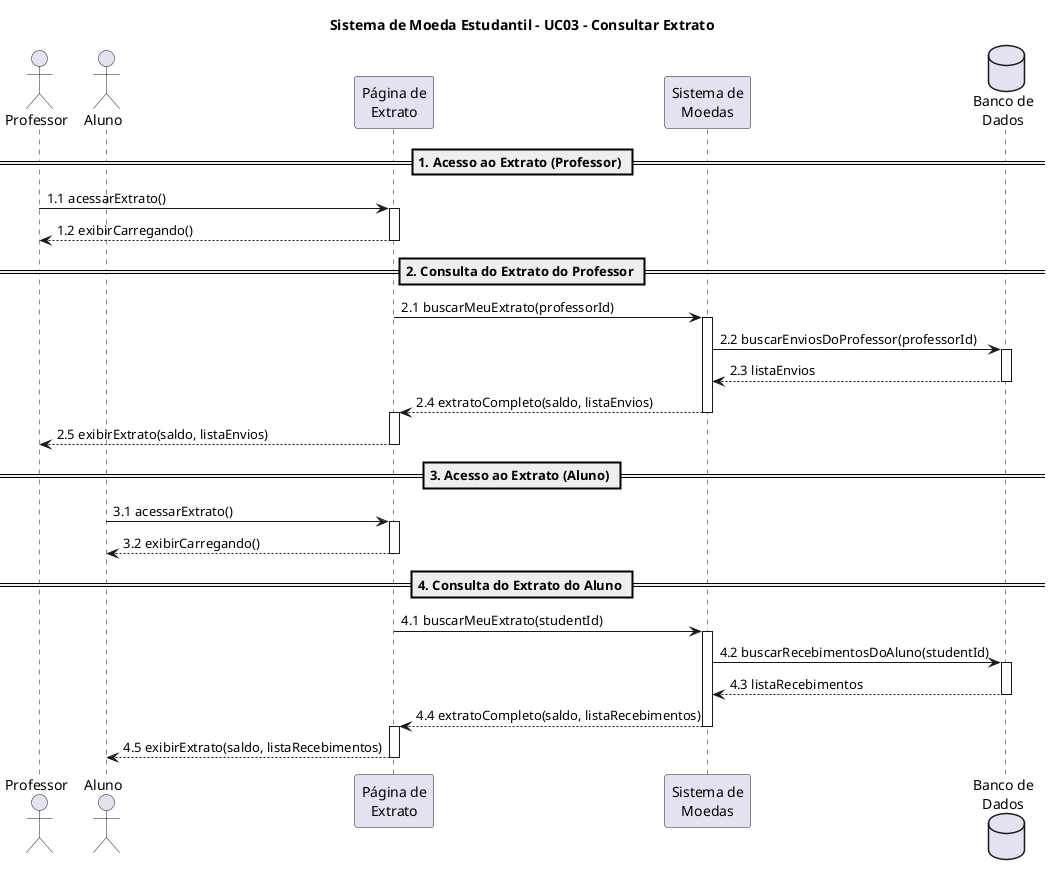
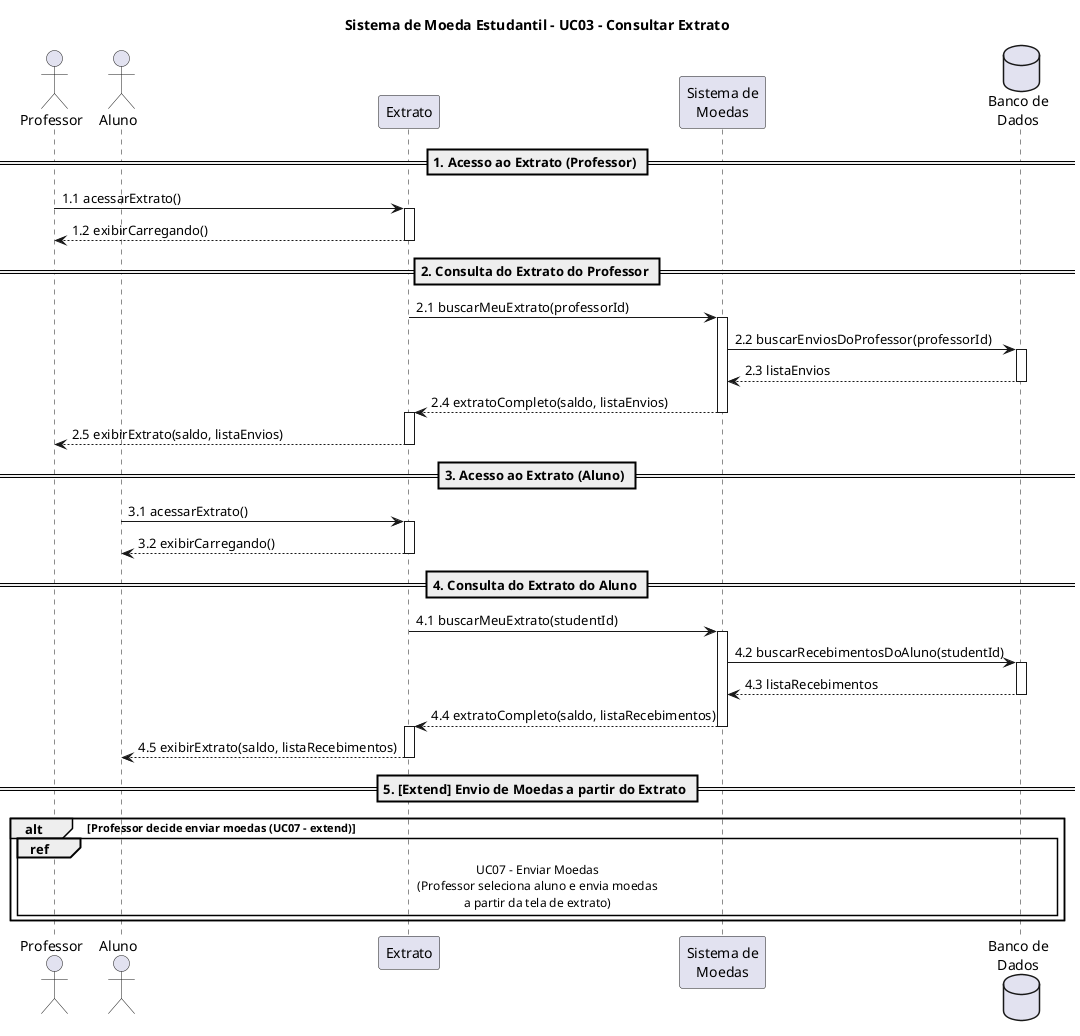
@startuml UC03-ConsultarExtrato
title Sistema de Moeda Estudantil - UC03 - Consultar Extrato

actor "Professor" as P
actor "Aluno" as A
- participant "Página de\nExtrato" as PE
+ participant "Extrato" as PE
participant "Sistema de\nMoedas" as SM
database "Banco de\nDados" as BD

== 1. Acesso ao Extrato (Professor) ==

P -> PE: 1.1 acessarExtrato()
activate PE
PE --> P: 1.2 exibirCarregando()
deactivate PE

== 2. Consulta do Extrato do Professor ==

PE -> SM: 2.1 buscarMeuExtrato(professorId)
activate SM
SM -> BD: 2.2 buscarEnviosDoProfessor(professorId)
activate BD
BD --> SM: 2.3 listaEnvios
deactivate BD
SM --> PE: 2.4 extratoCompleto(saldo, listaEnvios)
deactivate SM
activate PE
PE --> P: 2.5 exibirExtrato(saldo, listaEnvios)
deactivate PE

== 3. Acesso ao Extrato (Aluno) ==

A -> PE: 3.1 acessarExtrato()
activate PE
PE --> A: 3.2 exibirCarregando()
deactivate PE

== 4. Consulta do Extrato do Aluno ==

PE -> SM: 4.1 buscarMeuExtrato(studentId)
activate SM
SM -> BD: 4.2 buscarRecebimentosDoAluno(studentId)
activate BD
BD --> SM: 4.3 listaRecebimentos
deactivate BD
SM --> PE: 4.4 extratoCompleto(saldo, listaRecebimentos)
deactivate SM
activate PE
PE --> A: 4.5 exibirExtrato(saldo, listaRecebimentos)
deactivate PE

+ == 5. [Extend] Envio de Moedas a partir do Extrato ==
+ 
+ alt Professor decide enviar moedas (UC07 - extend)
+     ref over P, PE, SM, BD: UC07 - Enviar Moedas\n(Professor seleciona aluno e envia moedas\na partir da tela de extrato)
+ end
+ 
@enduml
